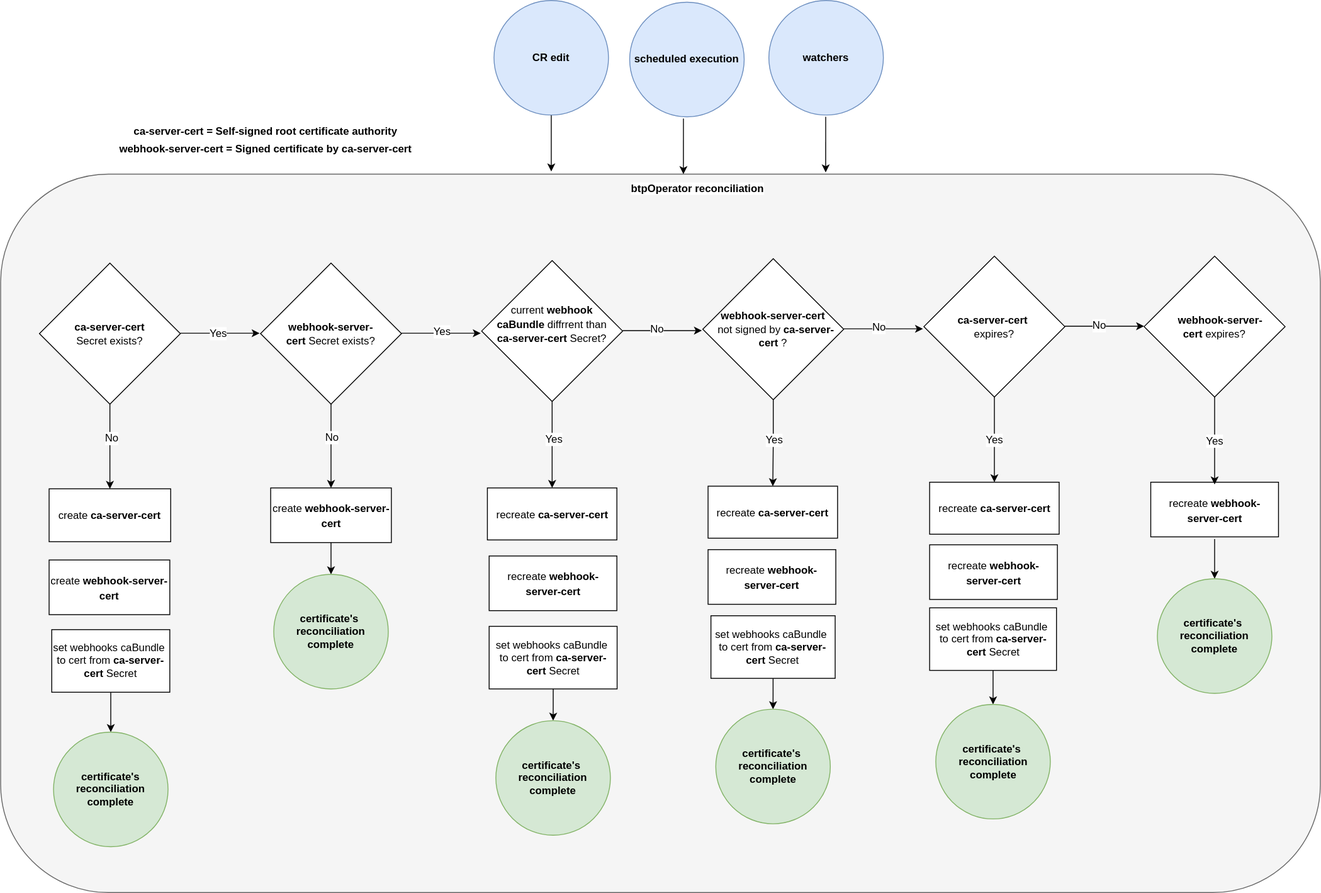
This is docs/assets/certs.svg from kyma-project/btp-manager, a draw.io export, as it was before one commit. Source tidied: cells renumbered, new cells last; positions are measured from the earlier drawing's top-left corner, leaving out a move shared by most shapes.
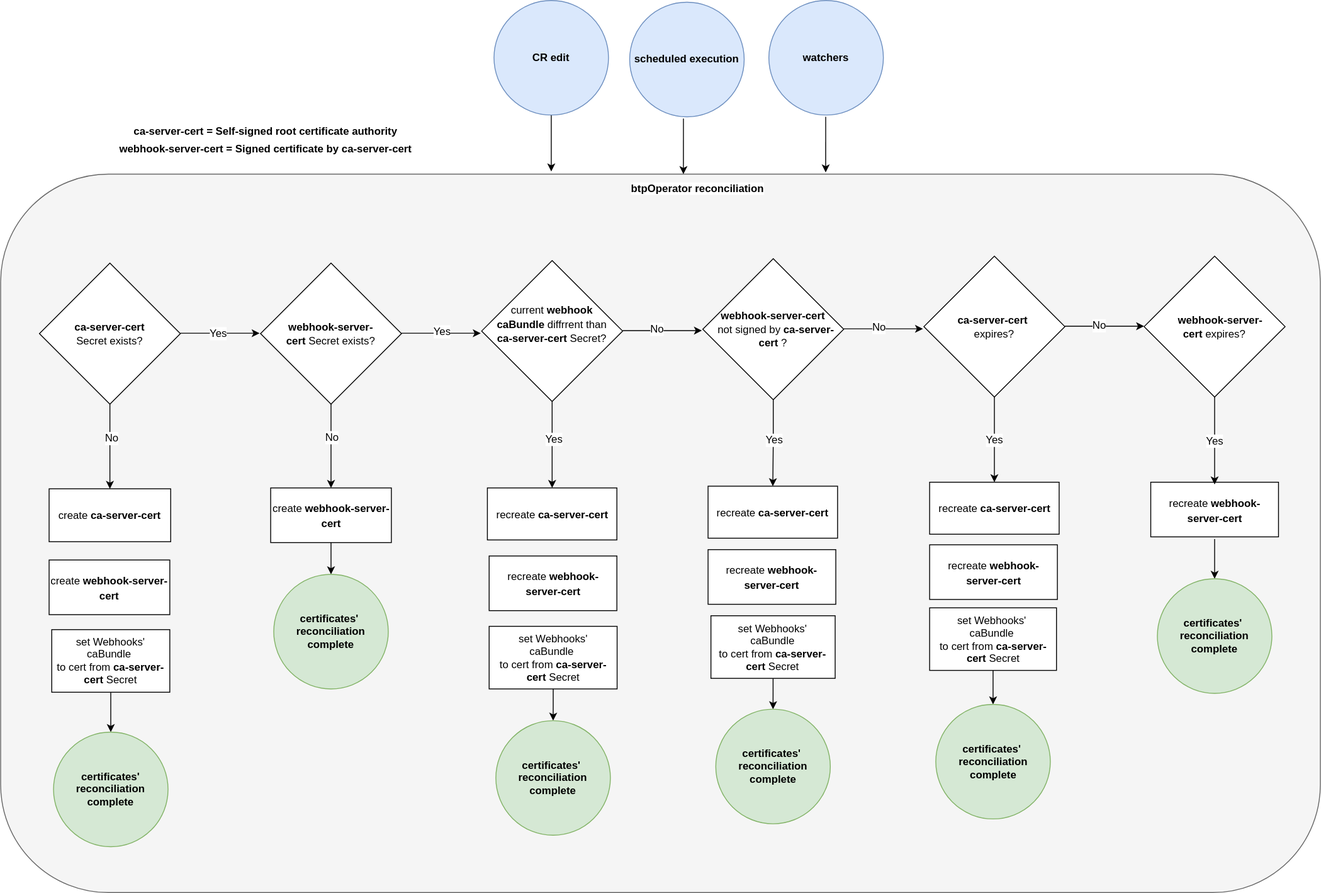
The same diagram one commit later.

What changed in the source:
```diff
@@ -17,7 +17,7 @@
     <mxCell id="6" style="edgeStyle=orthogonalEdgeStyle;rounded=0;jettySize=auto;html=1;entryX=0.5;entryY=0;entryDx=0;entryDy=0;" parent="1" edge="1" source="7" target="45">
       <mxGeometry relative="1" as="geometry" />
     </mxCell>
-    <mxCell id="7" value="&lt;div style=&quot;font-size: 12px;&quot;&gt;&lt;font style=&quot;background-color: initial; font-size: 12px;&quot;&gt;set webhooks&amp;nbsp;caBundle&amp;nbsp;&lt;/font&gt;&lt;/div&gt;&lt;div style=&quot;font-size: 12px;&quot;&gt;&lt;font style=&quot;background-color: initial; font-size: 12px;&quot;&gt;to cert from&amp;nbsp;&lt;/font&gt;&lt;b style=&quot;background-color: initial; border-color: var(--border-color);&quot;&gt;ca-server-cert&amp;nbsp;&lt;/b&gt;&lt;span style=&quot;background-color: initial; border-color: var(--border-color);&quot;&gt;Secret&lt;/span&gt;&lt;/div&gt;" style="rounded=0;whiteSpace=wrap;html=1;fontSize=14;align=center;" parent="1" vertex="1">
+    <mxCell id="7" value="&lt;div style=&quot;font-size: 12px;&quot;&gt;&lt;font style=&quot;background-color: initial; font-size: 12px;&quot;&gt;set Webhooks' caBundle&amp;nbsp;&lt;/font&gt;&lt;/div&gt;&lt;div style=&quot;font-size: 12px;&quot;&gt;&lt;font style=&quot;background-color: initial; font-size: 12px;&quot;&gt;to cert from&amp;nbsp;&lt;/font&gt;&lt;b style=&quot;background-color: initial; border-color: var(--border-color);&quot;&gt;ca-server-cert&amp;nbsp;&lt;/b&gt;&lt;span style=&quot;background-color: initial; border-color: var(--border-color);&quot;&gt;Secret&lt;/span&gt;&lt;/div&gt;" style="rounded=0;whiteSpace=wrap;html=1;fontSize=14;align=center;" parent="1" vertex="1">
       <mxGeometry x="58" y="713.8" width="134" height="71" as="geometry" />
     </mxCell>
     <mxCell id="8" value="&lt;font style=&quot;font-size: 12px;&quot;&gt;create&amp;nbsp;&lt;b style=&quot;border-color: var(--border-color);&quot;&gt;webhook-server-cert&lt;/b&gt;&lt;/font&gt;" style="rounded=0;whiteSpace=wrap;html=1;fontSize=14;" parent="1" vertex="1">
@@ -43,13 +43,13 @@
     <mxCell id="14" style="edgeStyle=orthogonalEdgeStyle;rounded=0;jettySize=auto;html=1;" parent="1" edge="1" source="15" target="49">
       <mxGeometry relative="1" as="geometry" />
     </mxCell>
-    <mxCell id="15" value="&lt;div style=&quot;font-size: 12px;&quot;&gt;&lt;font style=&quot;background-color: initial; font-size: 12px;&quot;&gt;set webhooks&amp;nbsp;caBundle&amp;nbsp;&lt;/font&gt;&lt;/div&gt;&lt;div style=&quot;font-size: 12px;&quot;&gt;&lt;font style=&quot;background-color: initial; font-size: 12px;&quot;&gt;to cert from&amp;nbsp;&lt;/font&gt;&lt;b style=&quot;background-color: initial; border-color: var(--border-color);&quot;&gt;ca-server-cert&amp;nbsp;&lt;/b&gt;&lt;span style=&quot;background-color: initial; border-color: var(--border-color);&quot;&gt;Secret&lt;/span&gt;&lt;/div&gt;" style="rounded=0;whiteSpace=wrap;html=1;fontSize=14;align=center;" parent="1" vertex="1">
+    <mxCell id="15" value="&lt;div style=&quot;font-size: 12px;&quot;&gt;&lt;font style=&quot;background-color: initial; font-size: 12px;&quot;&gt;set Webhooks'&amp;nbsp;&lt;/font&gt;&lt;/div&gt;&lt;div style=&quot;font-size: 12px;&quot;&gt;&lt;font style=&quot;background-color: initial; font-size: 12px;&quot;&gt;caBundle&amp;nbsp;&lt;/font&gt;&lt;/div&gt;&lt;div style=&quot;font-size: 12px;&quot;&gt;&lt;font style=&quot;background-color: initial; font-size: 12px;&quot;&gt;to cert from&amp;nbsp;&lt;/font&gt;&lt;b style=&quot;background-color: initial; border-color: var(--border-color);&quot;&gt;ca-server-cert&amp;nbsp;&lt;/b&gt;&lt;span style=&quot;background-color: initial; border-color: var(--border-color);&quot;&gt;Secret&lt;/span&gt;&lt;/div&gt;" style="rounded=0;whiteSpace=wrap;html=1;fontSize=14;align=center;" parent="1" vertex="1">
       <mxGeometry x="1054.5" y="689" width="144" height="71" as="geometry" />
     </mxCell>
     <mxCell id="16" style="edgeStyle=orthogonalEdgeStyle;rounded=0;jettySize=auto;html=1;" parent="1" edge="1" source="17" target="48">
       <mxGeometry relative="1" as="geometry" />
     </mxCell>
-    <mxCell id="17" value="&lt;div style=&quot;font-size: 12px;&quot;&gt;&lt;font style=&quot;background-color: initial; font-size: 12px;&quot;&gt;set webhooks&amp;nbsp;caBundle&amp;nbsp;&lt;/font&gt;&lt;/div&gt;&lt;div style=&quot;font-size: 12px;&quot;&gt;&lt;font style=&quot;background-color: initial; font-size: 12px;&quot;&gt;to cert from&amp;nbsp;&lt;/font&gt;&lt;b style=&quot;background-color: initial; border-color: var(--border-color);&quot;&gt;ca-server-cert&amp;nbsp;&lt;/b&gt;&lt;span style=&quot;background-color: initial; border-color: var(--border-color);&quot;&gt;Secret&lt;/span&gt;&lt;/div&gt;" style="rounded=0;whiteSpace=wrap;html=1;fontSize=14;align=center;" parent="1" vertex="1">
+    <mxCell id="17" value="&lt;div style=&quot;font-size: 12px;&quot;&gt;&lt;font style=&quot;background-color: initial; font-size: 12px;&quot;&gt;set Webhooks'&lt;/font&gt;&lt;/div&gt;&lt;div style=&quot;font-size: 12px;&quot;&gt;&lt;font style=&quot;background-color: initial; font-size: 12px;&quot;&gt;&amp;nbsp;caBundle&amp;nbsp;&lt;/font&gt;&lt;/div&gt;&lt;div style=&quot;font-size: 12px;&quot;&gt;&lt;font style=&quot;background-color: initial; font-size: 12px;&quot;&gt;to cert from&amp;nbsp;&lt;/font&gt;&lt;b style=&quot;background-color: initial; border-color: var(--border-color);&quot;&gt;ca-server-cert&amp;nbsp;&lt;/b&gt;&lt;span style=&quot;background-color: initial; border-color: var(--border-color);&quot;&gt;Secret&lt;/span&gt;&lt;/div&gt;" style="rounded=0;whiteSpace=wrap;html=1;fontSize=14;align=center;" parent="1" vertex="1">
       <mxGeometry x="806.2" y="698" width="141" height="71" as="geometry" />
     </mxCell>
     <mxCell id="18" style="edgeStyle=orthogonalEdgeStyle;rounded=0;jettySize=auto;html=1;" parent="1" edge="1" target="50">
@@ -130,7 +130,7 @@
     <mxCell id="41" style="edgeStyle=orthogonalEdgeStyle;rounded=0;jettySize=auto;html=1;entryX=0.5;entryY=0;entryDx=0;entryDy=0;" parent="1" edge="1" source="42" target="47">
       <mxGeometry relative="1" as="geometry" />
     </mxCell>
-    <mxCell id="42" value="&lt;div style=&quot;font-size: 12px;&quot;&gt;&lt;font style=&quot;background-color: initial; font-size: 12px;&quot;&gt;set webhooks&amp;nbsp;caBundle&amp;nbsp;&lt;/font&gt;&lt;/div&gt;&lt;div style=&quot;font-size: 12px;&quot;&gt;&lt;font style=&quot;background-color: initial; font-size: 12px;&quot;&gt;to cert from&amp;nbsp;&lt;/font&gt;&lt;b style=&quot;background-color: initial; border-color: var(--border-color);&quot;&gt;ca-server-cert&amp;nbsp;&lt;/b&gt;&lt;span style=&quot;background-color: initial; border-color: var(--border-color);&quot;&gt;Secret&lt;/span&gt;&lt;/div&gt;" style="rounded=0;whiteSpace=wrap;html=1;fontSize=14;align=center;" parent="1" vertex="1">
+    <mxCell id="42" value="&lt;div style=&quot;font-size: 12px;&quot;&gt;&lt;font style=&quot;background-color: initial; font-size: 12px;&quot;&gt;set Webhooks'&lt;/font&gt;&lt;/div&gt;&lt;div style=&quot;font-size: 12px;&quot;&gt;&lt;font style=&quot;background-color: initial; font-size: 12px;&quot;&gt;caBundle&amp;nbsp;&lt;/font&gt;&lt;/div&gt;&lt;div style=&quot;font-size: 12px;&quot;&gt;&lt;font style=&quot;background-color: initial; font-size: 12px;&quot;&gt;to cert from&amp;nbsp;&lt;/font&gt;&lt;b style=&quot;background-color: initial; border-color: var(--border-color);&quot;&gt;ca-server-cert&amp;nbsp;&lt;/b&gt;&lt;span style=&quot;background-color: initial; border-color: var(--border-color);&quot;&gt;Secret&lt;/span&gt;&lt;/div&gt;" style="rounded=0;whiteSpace=wrap;html=1;fontSize=14;align=center;" parent="1" vertex="1">
       <mxGeometry x="554.5" y="710" width="145.2" height="71" as="geometry" />
     </mxCell>
     <mxCell id="43" value="&lt;font style=&quot;font-size: 12px;&quot;&gt;recreate&amp;nbsp;&lt;b style=&quot;border-color: var(--border-color);&quot;&gt;ca-server-cert&lt;/b&gt;&lt;/font&gt;" style="rounded=0;whiteSpace=wrap;html=1;fontSize=14;" parent="1" vertex="1">
@@ -139,22 +139,22 @@
     <mxCell id="44" value="&lt;font style=&quot;font-size: 12px;&quot;&gt;recreate&amp;nbsp;&lt;b style=&quot;border-color: var(--border-color);&quot;&gt;webhook-server-cert&lt;/b&gt;&lt;/font&gt;" style="rounded=0;whiteSpace=wrap;html=1;fontSize=14;" parent="1" vertex="1">
       <mxGeometry x="554.5" y="630.2" width="145" height="62" as="geometry" />
     </mxCell>
-    <mxCell id="45" value="&lt;font style=&quot;font-size: 12px;&quot;&gt;&lt;b style=&quot;&quot;&gt;certificate's reconciliation&lt;br&gt;complete&lt;br&gt;&lt;/b&gt;&lt;/font&gt;" style="ellipse;whiteSpace=wrap;html=1;labelBackgroundColor=none;fontSize=10;fillColor=#d5e8d4;strokeColor=#82b366;" parent="1" vertex="1">
+    <mxCell id="45" value="&lt;font style=&quot;font-size: 12px;&quot;&gt;&lt;b style=&quot;&quot;&gt;certificates' reconciliation&lt;br&gt;complete&lt;br&gt;&lt;/b&gt;&lt;/font&gt;" style="ellipse;whiteSpace=wrap;html=1;labelBackgroundColor=none;fontSize=10;fillColor=#d5e8d4;strokeColor=#82b366;" parent="1" vertex="1">
       <mxGeometry x="60" y="830" width="130" height="130" as="geometry" />
     </mxCell>
-    <mxCell id="46" value="&lt;b style=&quot;border-color: var(--border-color); font-size: 12px;&quot;&gt;&lt;font style=&quot;font-size: 12px;&quot;&gt;certificate's&amp;nbsp;&lt;br&gt;&lt;/font&gt;&lt;/b&gt;&lt;font style=&quot;font-size: 12px;&quot;&gt;&lt;b style=&quot;&quot;&gt;&lt;font style=&quot;font-size: 12px;&quot;&gt;reconciliation&lt;br&gt;complete&lt;/font&gt;&lt;br&gt;&lt;/b&gt;&lt;/font&gt;" style="ellipse;whiteSpace=wrap;html=1;labelBackgroundColor=none;fontSize=10;fillColor=#d5e8d4;strokeColor=#82b366;" parent="1" vertex="1">
+    <mxCell id="46" value="&lt;b style=&quot;border-color: var(--border-color); font-size: 12px;&quot;&gt;&lt;font style=&quot;font-size: 12px;&quot;&gt;certificates'&amp;nbsp;&lt;br&gt;&lt;/font&gt;&lt;/b&gt;&lt;font style=&quot;font-size: 12px;&quot;&gt;&lt;b style=&quot;&quot;&gt;&lt;font style=&quot;font-size: 12px;&quot;&gt;reconciliation&lt;br&gt;complete&lt;/font&gt;&lt;br&gt;&lt;/b&gt;&lt;/font&gt;" style="ellipse;whiteSpace=wrap;html=1;labelBackgroundColor=none;fontSize=10;fillColor=#d5e8d4;strokeColor=#82b366;" parent="1" vertex="1">
       <mxGeometry x="310" y="651" width="130" height="130" as="geometry" />
     </mxCell>
-    <mxCell id="47" value="&lt;b style=&quot;border-color: var(--border-color); font-size: 12px;&quot;&gt;&lt;font style=&quot;font-size: 12px;&quot;&gt;certificate's&amp;nbsp;&lt;br&gt;&lt;/font&gt;&lt;/b&gt;&lt;font style=&quot;font-size: 12px;&quot;&gt;&lt;b style=&quot;&quot;&gt;&lt;font style=&quot;font-size: 12px;&quot;&gt;reconciliation&lt;br&gt;complete&lt;/font&gt;&lt;br&gt;&lt;/b&gt;&lt;/font&gt;" style="ellipse;whiteSpace=wrap;html=1;labelBackgroundColor=none;fontSize=10;fillColor=#d5e8d4;strokeColor=#82b366;" parent="1" vertex="1">
+    <mxCell id="47" value="&lt;b style=&quot;border-color: var(--border-color); font-size: 12px;&quot;&gt;&lt;font style=&quot;font-size: 12px;&quot;&gt;certificates'&amp;nbsp;&lt;br&gt;&lt;/font&gt;&lt;/b&gt;&lt;font style=&quot;font-size: 12px;&quot;&gt;&lt;b style=&quot;&quot;&gt;&lt;font style=&quot;font-size: 12px;&quot;&gt;reconciliation&lt;br&gt;complete&lt;/font&gt;&lt;br&gt;&lt;/b&gt;&lt;/font&gt;" style="ellipse;whiteSpace=wrap;html=1;labelBackgroundColor=none;fontSize=10;fillColor=#d5e8d4;strokeColor=#82b366;" parent="1" vertex="1">
       <mxGeometry x="562.1" y="817" width="130" height="130" as="geometry" />
     </mxCell>
-    <mxCell id="48" value="&lt;font style=&quot;font-size: 12px;&quot;&gt;&lt;b style=&quot;border-color: var(--border-color);&quot;&gt;certificate's&amp;nbsp;&lt;br&gt;&lt;/b&gt;&lt;b&gt;reconciliation&lt;br&gt;&lt;/b&gt;&lt;b style=&quot;border-color: var(--border-color);&quot;&gt;complete&lt;/b&gt;&lt;/font&gt;&lt;font size=&quot;1&quot; color=&quot;#330000&quot;&gt;&lt;b&gt;&lt;br&gt;&lt;/b&gt;&lt;/font&gt;" style="ellipse;whiteSpace=wrap;html=1;labelBackgroundColor=none;fontSize=10;fillColor=#d5e8d4;strokeColor=#82b366;" parent="1" vertex="1">
+    <mxCell id="48" value="&lt;font style=&quot;font-size: 12px;&quot;&gt;&lt;b style=&quot;border-color: var(--border-color);&quot;&gt;certificates'&amp;nbsp;&lt;br&gt;&lt;/b&gt;&lt;b&gt;reconciliation&lt;br&gt;&lt;/b&gt;&lt;b style=&quot;border-color: var(--border-color);&quot;&gt;complete&lt;/b&gt;&lt;/font&gt;&lt;font size=&quot;1&quot; color=&quot;#330000&quot;&gt;&lt;b&gt;&lt;br&gt;&lt;/b&gt;&lt;/font&gt;" style="ellipse;whiteSpace=wrap;html=1;labelBackgroundColor=none;fontSize=10;fillColor=#d5e8d4;strokeColor=#82b366;" parent="1" vertex="1">
       <mxGeometry x="811.8" y="804" width="130" height="130" as="geometry" />
     </mxCell>
-    <mxCell id="49" value="&lt;font style=&quot;font-size: 12px;&quot;&gt;&lt;b style=&quot;border-color: var(--border-color);&quot;&gt;certificate's&amp;nbsp;&lt;br&gt;&lt;/b&gt;&lt;b&gt;reconciliation&lt;br&gt;&lt;/b&gt;&lt;b style=&quot;border-color: var(--border-color);&quot;&gt;complete&lt;/b&gt;&lt;/font&gt;&lt;font size=&quot;1&quot; color=&quot;#330000&quot;&gt;&lt;b&gt;&lt;br&gt;&lt;/b&gt;&lt;/font&gt;" style="ellipse;whiteSpace=wrap;html=1;labelBackgroundColor=none;fontSize=10;fillColor=#d5e8d4;strokeColor=#82b366;" parent="1" vertex="1">
+    <mxCell id="49" value="&lt;font style=&quot;font-size: 12px;&quot;&gt;&lt;b style=&quot;border-color: var(--border-color);&quot;&gt;certificates'&amp;nbsp;&lt;br&gt;&lt;/b&gt;&lt;b&gt;reconciliation&lt;br&gt;&lt;/b&gt;&lt;b style=&quot;border-color: var(--border-color);&quot;&gt;complete&lt;/b&gt;&lt;/font&gt;&lt;font size=&quot;1&quot; color=&quot;#330000&quot;&gt;&lt;b&gt;&lt;br&gt;&lt;/b&gt;&lt;/font&gt;" style="ellipse;whiteSpace=wrap;html=1;labelBackgroundColor=none;fontSize=10;fillColor=#d5e8d4;strokeColor=#82b366;" parent="1" vertex="1">
       <mxGeometry x="1061.5" y="798.5" width="130" height="130" as="geometry" />
     </mxCell>
-    <mxCell id="50" value="&lt;b style=&quot;border-color: var(--border-color); font-size: 12px;&quot;&gt;&lt;font style=&quot;font-size: 12px;&quot;&gt;certificate's&lt;/font&gt;&lt;/b&gt;&lt;font style=&quot;font-size: 12px;&quot;&gt;&lt;b style=&quot;&quot;&gt;&lt;font style=&quot;font-size: 12px;&quot;&gt;&amp;nbsp;&lt;br&gt;reconciliation&lt;br&gt;complete&lt;/font&gt;&lt;br&gt;&lt;/b&gt;&lt;/font&gt;" style="ellipse;whiteSpace=wrap;html=1;labelBackgroundColor=none;fontSize=10;fillColor=#d5e8d4;strokeColor=#82b366;" parent="1" vertex="1">
+    <mxCell id="50" value="&lt;b style=&quot;border-color: var(--border-color); font-size: 12px;&quot;&gt;&lt;font style=&quot;font-size: 12px;&quot;&gt;certificates'&lt;/font&gt;&lt;/b&gt;&lt;font style=&quot;font-size: 12px;&quot;&gt;&lt;b style=&quot;&quot;&gt;&lt;font style=&quot;font-size: 12px;&quot;&gt;&amp;nbsp;&lt;br&gt;reconciliation&lt;br&gt;complete&lt;/font&gt;&lt;br&gt;&lt;/b&gt;&lt;/font&gt;" style="ellipse;whiteSpace=wrap;html=1;labelBackgroundColor=none;fontSize=10;fillColor=#d5e8d4;strokeColor=#82b366;" parent="1" vertex="1">
       <mxGeometry x="1313" y="656" width="130" height="130" as="geometry" />
     </mxCell>
     <mxCell id="51" style="endArrow=classic;html=1;rounded=0;" parent="1" edge="1">
```
